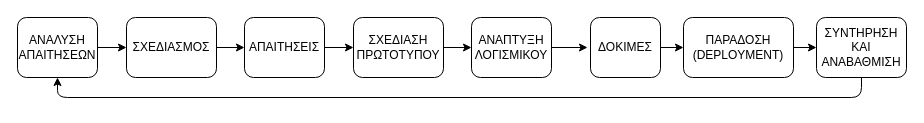
Earlier version of the draw.io diagram Diagrams/sdlc.drawio (Lefteris-B/Risc-V-SoC-Using-LiteX). Source tidied: cells renumbered, new cells numbered last; positions are measured from the earlier drawing's top-left corner, leaving out a move shared by most shapes. Both pictures are drawn from the tidied source at 100%, with x=0, y=0 at pixel (17, 17).
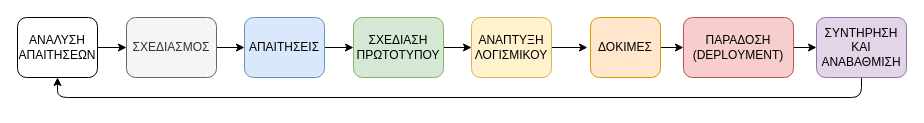
Above is the later version.

What changed in the source:
```diff
@@
 <mxGraphModel>
   <root>
     <mxCell id="0" />
     <mxCell id="1" parent="0" />
     <mxCell id="2" style="edgeStyle=orthogonalEdgeStyle;curved=0;rounded=1;sketch=0;jettySize=auto;html=1;exitX=1;exitY=0.5;exitDx=0;exitDy=0;entryX=0;entryY=0.5;entryDx=0;entryDy=0;" parent="1" edge="1" source="3" target="5">
       <mxGeometry relative="1" as="geometry" />
     </mxCell>
     <mxCell id="3" value="ΑΝΑΛΥΣΗ ΑΠΑΙΤΗΣΕΩΝ" style="rounded=1;whiteSpace=wrap;html=1;sketch=0;" parent="1" vertex="1">
       <mxGeometry width="80" height="60" as="geometry" />
     </mxCell>
     <mxCell id="4" style="edgeStyle=orthogonalEdgeStyle;curved=0;rounded=1;sketch=0;jettySize=auto;html=1;exitX=1;exitY=0.5;exitDx=0;exitDy=0;entryX=0;entryY=0.5;entryDx=0;entryDy=0;" parent="1" edge="1" source="5" target="7">
       <mxGeometry relative="1" as="geometry" />
     </mxCell>
-    <mxCell id="5" value="ΣΧΕΔΙΑΣΜΟΣ" style="rounded=1;whiteSpace=wrap;html=1;sketch=0;" parent="1" vertex="1">
+    <mxCell id="5" value="ΣΧΕΔΙΑΣΜΟΣ" style="rounded=1;whiteSpace=wrap;html=1;sketch=0;fillColor=#f5f5f5;fontColor=#333333;strokeColor=#666666;" parent="1" vertex="1">
       <mxGeometry x="109" width="90" height="60" as="geometry" />
     </mxCell>
     <mxCell id="6" style="edgeStyle=orthogonalEdgeStyle;curved=0;rounded=1;sketch=0;jettySize=auto;html=1;exitX=1;exitY=0.5;exitDx=0;exitDy=0;entryX=0;entryY=0.5;entryDx=0;entryDy=0;" parent="1" edge="1" source="7" target="9">
       <mxGeometry relative="1" as="geometry" />
     </mxCell>
-    <mxCell id="7" value="ΑΠΑΙΤΗΣΕΙΣ" style="rounded=1;whiteSpace=wrap;html=1;sketch=0;" parent="1" vertex="1">
+    <mxCell id="7" value="ΑΠΑΙΤΗΣΕΙΣ" style="rounded=1;whiteSpace=wrap;html=1;sketch=0;fillColor=#dae8fc;strokeColor=#6c8ebf;" parent="1" vertex="1">
       <mxGeometry x="227" width="80" height="60" as="geometry" />
     </mxCell>
     <mxCell id="8" style="edgeStyle=orthogonalEdgeStyle;curved=0;rounded=1;sketch=0;jettySize=auto;html=1;exitX=1;exitY=0.5;exitDx=0;exitDy=0;entryX=0;entryY=0.5;entryDx=0;entryDy=0;" parent="1" edge="1" source="9" target="11">
       <mxGeometry relative="1" as="geometry" />
     </mxCell>
-    <mxCell id="9" value="ΣΧΕΔΙΑΣΗ ΠΡΩΤΟΤΥΠΟΥ" style="rounded=1;whiteSpace=wrap;html=1;sketch=0;" parent="1" vertex="1">
+    <mxCell id="9" value="ΣΧΕΔΙΑΣΗ ΠΡΩΤΟΤΥΠΟΥ" style="rounded=1;whiteSpace=wrap;html=1;sketch=0;fillColor=#d5e8d4;strokeColor=#82b366;" parent="1" vertex="1">
       <mxGeometry x="336" width="90" height="60" as="geometry" />
     </mxCell>
     <mxCell id="10" style="edgeStyle=orthogonalEdgeStyle;curved=0;rounded=1;sketch=0;jettySize=auto;html=1;exitX=1;exitY=0.5;exitDx=0;exitDy=0;" parent="1" edge="1" source="11">
       <mxGeometry relative="1" as="geometry">
         <mxPoint x="570" y="30" as="targetPoint" />
       </mxGeometry>
     </mxCell>
-    <mxCell id="11" value="ΑΝΑΠΤΥΞΗ ΛΟΓΙΣΜΙΚΟΥ" style="rounded=1;whiteSpace=wrap;html=1;sketch=0;" parent="1" vertex="1">
+    <mxCell id="11" value="ΑΝΑΠΤΥΞΗ ΛΟΓΙΣΜΙΚΟΥ" style="rounded=1;whiteSpace=wrap;html=1;sketch=0;fillColor=#fff2cc;strokeColor=#d6b656;" parent="1" vertex="1">
       <mxGeometry x="454" width="80" height="60" as="geometry" />
     </mxCell>
     <mxCell id="12" style="edgeStyle=orthogonalEdgeStyle;curved=0;rounded=1;sketch=0;jettySize=auto;html=1;exitX=1;exitY=0.5;exitDx=0;exitDy=0;entryX=0;entryY=0.5;entryDx=0;entryDy=0;" parent="1" edge="1" source="13" target="15">
       <mxGeometry relative="1" as="geometry" />
     </mxCell>
-    <mxCell id="13" value="ΔΟΚΙΜΕΣ" style="rounded=1;whiteSpace=wrap;html=1;sketch=0;" parent="1" vertex="1">
+    <mxCell id="13" value="ΔΟΚΙΜΕΣ" style="rounded=1;whiteSpace=wrap;html=1;sketch=0;fillColor=#ffe6cc;strokeColor=#d79b00;" parent="1" vertex="1">
       <mxGeometry x="573" width="70" height="60" as="geometry" />
     </mxCell>
     <mxCell id="14" style="edgeStyle=orthogonalEdgeStyle;curved=0;rounded=1;sketch=0;jettySize=auto;html=1;exitX=1;exitY=0.5;exitDx=0;exitDy=0;entryX=0;entryY=0.5;entryDx=0;entryDy=0;" parent="1" edge="1" source="15" target="17">
       <mxGeometry relative="1" as="geometry" />
     </mxCell>
-    <mxCell id="15" value="ΠΑΡΑΔΟΣΗ&lt;br&gt;(DEPLOYMENT)" style="rounded=1;whiteSpace=wrap;html=1;sketch=0;" parent="1" vertex="1">
+    <mxCell id="15" value="ΠΑΡΑΔΟΣΗ&lt;br&gt;(DEPLOYMENT)" style="rounded=1;whiteSpace=wrap;html=1;sketch=0;fillColor=#f8cecc;strokeColor=#b85450;" parent="1" vertex="1">
       <mxGeometry x="666" width="110" height="60" as="geometry" />
     </mxCell>
     <mxCell id="16" style="edgeStyle=orthogonalEdgeStyle;curved=0;rounded=1;sketch=0;jettySize=auto;html=1;exitX=0.5;exitY=1;exitDx=0;exitDy=0;entryX=0.5;entryY=1;entryDx=0;entryDy=0;" parent="1" edge="1" source="17" target="3">
       <mxGeometry relative="1" as="geometry" />
     </mxCell>
-    <mxCell id="17" value="ΣΥΝΤΗΡΗΣΗ ΚΑΙ ΑΝΑΒΑΘΜΙΣΗ" style="rounded=1;whiteSpace=wrap;html=1;sketch=0;" parent="1" vertex="1">
+    <mxCell id="17" value="ΣΥΝΤΗΡΗΣΗ ΚΑΙ ΑΝΑΒΑΘΜΙΣΗ" style="rounded=1;whiteSpace=wrap;html=1;sketch=0;fillColor=#e1d5e7;strokeColor=#9673a6;" parent="1" vertex="1">
       <mxGeometry x="799" width="90" height="60" as="geometry" />
     </mxCell>
   </root>
 </mxGraphModel>
```
